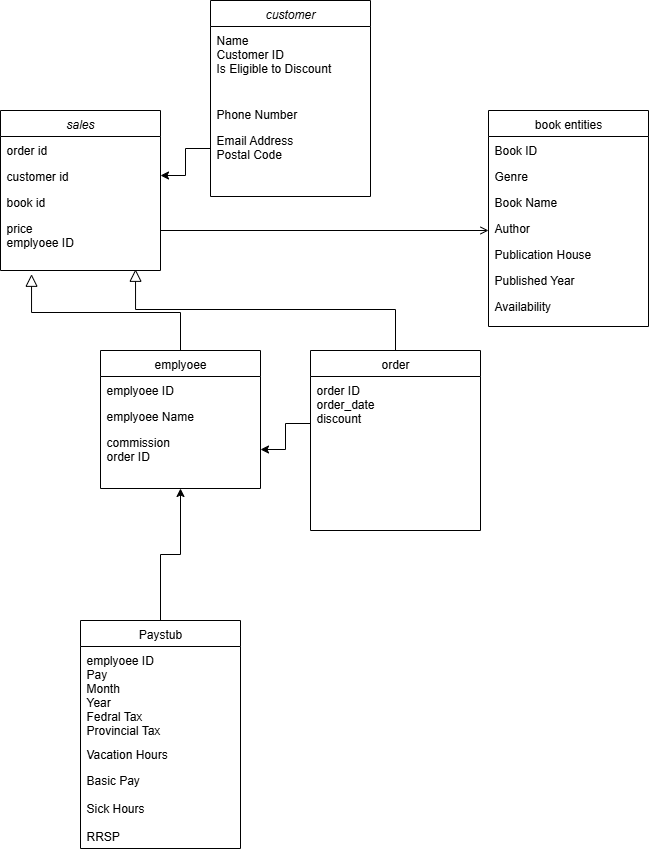
The draw.io diagram 02_activities/assignments/BStore.drawio.png in hyder1041/sql, before a commit. Source tidied: cells renumbered, new cells last; positions are measured from the earlier drawing's top-left corner, leaving out a move shared by most shapes.
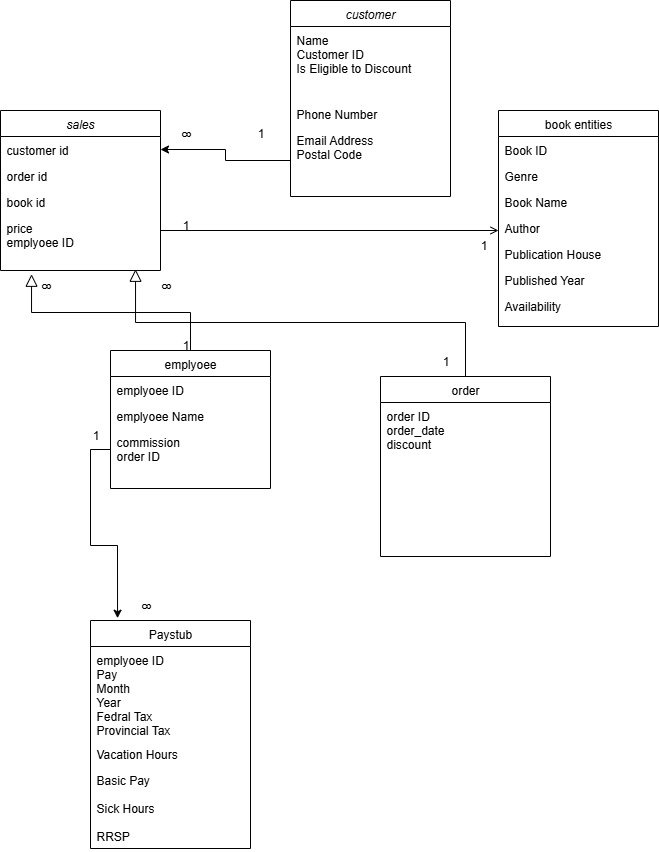
After the change.

Commit message:
adding the changes suggested by Moniz

Change to the diagram source:
```diff
@@ -3,7 +3,7 @@
     <mxCell id="0" />
     <mxCell id="1" parent="0" />
     <mxCell id="2" value="customer" style="swimlane;fontStyle=2;align=center;verticalAlign=top;horizontal=1;startSize=26;rounded=0;shadow=0;strokeWidth=1;" parent="1" vertex="1">
-      <mxGeometry x="210" width="160" height="196" as="geometry" />
+      <mxGeometry x="280" width="160" height="196" as="geometry" />
     </mxCell>
     <mxCell id="3" value="Name&#10;Customer ID&#10;Is Eligible to Discount" style="text;align=left;verticalAlign=top;spacingLeft=4;spacingRight=4;overflow=hidden;" parent="2" vertex="1">
       <mxGeometry y="26" width="160" height="74" as="geometry" />
@@ -30,7 +30,7 @@
       <mxGeometry relative="1" as="geometry" />
     </mxCell>
     <mxCell id="11" value="order" style="swimlane;fontStyle=0;align=center;verticalAlign=top;horizontal=1;startSize=26;rounded=0;shadow=0;strokeWidth=1;" parent="1" vertex="1">
-      <mxGeometry x="310" y="350" width="170" height="180" as="geometry" />
+      <mxGeometry x="370" y="376" width="170" height="180" as="geometry" />
     </mxCell>
     <mxCell id="12" value="order ID&#10;order_date&#10;discount&#10;" style="text;align=left;verticalAlign=top;spacingLeft=4;spacingRight=4;overflow=hidden;points=[[0,0.5],[1,0.5]];portConstraint=eastwest;" parent="11" vertex="1">
       <mxGeometry y="26" width="170" height="94" as="geometry" />
@@ -71,29 +71,28 @@
       </mxGeometry>
     </mxCell>
     <mxCell id="23" value="sales" style="swimlane;fontStyle=2;align=center;verticalAlign=top;horizontal=1;startSize=26;rounded=0;shadow=0;strokeWidth=1;" parent="1" vertex="1">
-      <mxGeometry y="110" width="160" height="160" as="geometry" />
+      <mxGeometry x="-10" y="110" width="160" height="160" as="geometry" />
     </mxCell>
+    <mxCell id="25" value="customer id" style="text;align=left;verticalAlign=top;spacingLeft=4;spacingRight=4;overflow=hidden;points=[[0,0.5],[1,0.5]];portConstraint=eastwest;rounded=0;shadow=0;html=0;" parent="23" vertex="1">
+      <mxGeometry y="26" width="160" height="26" as="geometry" />
+    </mxCell>
     <mxCell id="24" value="order id" style="text;align=left;verticalAlign=top;spacingLeft=4;spacingRight=4;overflow=hidden;" parent="23" vertex="1">
-      <mxGeometry y="26" width="160" height="26" as="geometry" />
+      <mxGeometry y="52" width="160" height="26" as="geometry" />
     </mxCell>
-    <mxCell id="25" value="customer id" style="text;align=left;verticalAlign=top;spacingLeft=4;spacingRight=4;overflow=hidden;points=[[0,0.5],[1,0.5]];portConstraint=eastwest;rounded=0;shadow=0;html=0;" parent="23" vertex="1">
-      <mxGeometry y="52" width="160" height="26" as="geometry" />
-    </mxCell>
     <mxCell id="26" value="book id" style="text;align=left;verticalAlign=top;spacingLeft=4;spacingRight=4;overflow=hidden;points=[[0,0.5],[1,0.5]];portConstraint=eastwest;rounded=0;shadow=0;html=0;" parent="23" vertex="1">
       <mxGeometry y="78" width="160" height="26" as="geometry" />
     </mxCell>
     <mxCell id="27" value="price&#10;emplyoee ID" style="text;align=left;verticalAlign=top;spacingLeft=4;spacingRight=4;overflow=hidden;points=[[0,0.5],[1,0.5]];portConstraint=eastwest;" parent="23" vertex="1">
       <mxGeometry y="104" width="160" height="56" as="geometry" />
     </mxCell>
-    <mxCell id="28" style="edgeStyle=orthogonalEdgeStyle;rounded=0;jettySize=auto;html=1;" parent="1" edge="1" source="12" target="9">
-      <mxGeometry relative="1" as="geometry" />
-    </mxCell>
     <mxCell id="29" style="edgeStyle=orthogonalEdgeStyle;rounded=0;jettySize=auto;html=1;" parent="1" edge="1" source="5" target="25">
-      <mxGeometry relative="1" as="geometry" />
+      <mxGeometry relative="1" as="geometry">
+        <Array as="points">
+          <mxPoint x="215" y="160" />
+          <mxPoint x="215" y="149" />
+        </Array>
+      </mxGeometry>
     </mxCell>
-    <mxCell id="30" style="edgeStyle=orthogonalEdgeStyle;rounded=0;jettySize=auto;html=1;entryX=0.5;entryY=1;entryDx=0;entryDy=0;" parent="1" edge="1" source="31" target="6">
-      <mxGeometry relative="1" as="geometry" />
-    </mxCell>
     <mxCell id="31" value="Paystub" style="swimlane;fontStyle=0;align=center;verticalAlign=top;horizontal=1;startSize=26;rounded=0;shadow=0;strokeWidth=1;" parent="1" vertex="1">
       <mxGeometry x="80" y="620" width="160" height="228" as="geometry" />
     </mxCell>
@@ -106,5 +105,38 @@
     <mxCell id="34" value="Basic Pay&#10;&#10;Sick Hours&#10;&#10;RRSP" style="text;align=left;verticalAlign=top;spacingLeft=4;spacingRight=4;overflow=hidden;" parent="31" vertex="1">
       <mxGeometry y="146" width="160" height="82" as="geometry" />
     </mxCell>
+    <mxCell id="35" value="1" style="text;html=1;align=center;verticalAlign=middle;strokeColor=none;fillColor=none;" parent="1" vertex="1">
+      <mxGeometry x="235" y="118" width="30" height="30" as="geometry" />
+    </mxCell>
+    <mxCell id="36" value="8" style="text;html=1;align=center;verticalAlign=middle;strokeColor=none;fillColor=none;rotation=90;" parent="1" vertex="1">
+      <mxGeometry x="160" y="118" width="30" height="30" as="geometry" />
+    </mxCell>
+    <mxCell id="37" value="1" style="text;html=1;align=center;verticalAlign=middle;strokeColor=none;fillColor=none;" parent="1" vertex="1">
+      <mxGeometry x="160" y="330" width="30" height="30" as="geometry" />
+    </mxCell>
+    <mxCell id="38" value="1" style="text;html=1;align=center;verticalAlign=middle;strokeColor=none;fillColor=none;" parent="1" vertex="1">
+      <mxGeometry x="420" y="346" width="30" height="30" as="geometry" />
+    </mxCell>
+    <mxCell id="39" value="1" style="text;html=1;align=center;verticalAlign=middle;strokeColor=none;fillColor=none;" parent="1" vertex="1">
+      <mxGeometry x="70" y="420" width="30" height="30" as="geometry" />
+    </mxCell>
+    <mxCell id="40" value="8" style="text;html=1;align=center;verticalAlign=middle;strokeColor=none;fillColor=none;rotation=90;" parent="1" vertex="1">
+      <mxGeometry x="120" y="590" width="30" height="30" as="geometry" />
+    </mxCell>
+    <mxCell id="41" style="edgeStyle=orthogonalEdgeStyle;rounded=0;jettySize=auto;html=1;entryX=0.169;entryY=-0.01;entryDx=0;entryDy=0;entryPerimeter=0;" parent="1" edge="1" source="9" target="31">
+      <mxGeometry relative="1" as="geometry" />
+    </mxCell>
+    <mxCell id="42" value="1" style="text;html=1;align=center;verticalAlign=middle;strokeColor=none;fillColor=none;" parent="1" vertex="1">
+      <mxGeometry x="160" y="210" width="30" height="30" as="geometry" />
+    </mxCell>
+    <mxCell id="43" value="1" style="text;html=1;align=center;verticalAlign=middle;strokeColor=none;fillColor=none;" parent="1" vertex="1">
+      <mxGeometry x="458" y="230" width="30" height="30" as="geometry" />
+    </mxCell>
+    <mxCell id="44" value="8" style="text;html=1;align=center;verticalAlign=middle;strokeColor=none;fillColor=none;rotation=90;" parent="1" vertex="1">
+      <mxGeometry x="20" y="270" width="30" height="30" as="geometry" />
+    </mxCell>
+    <mxCell id="45" value="8" style="text;html=1;align=center;verticalAlign=middle;strokeColor=none;fillColor=none;rotation=90;" parent="1" vertex="1">
+      <mxGeometry x="140" y="270" width="30" height="30" as="geometry" />
+    </mxCell>
   </root>
 </mxGraphModel>
```
